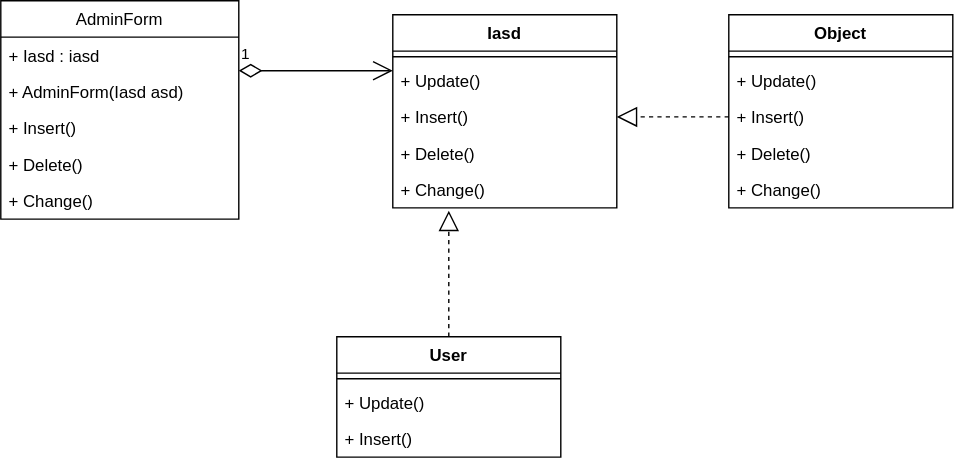
Above: BUILD/Стратегия.svg in GaussN/is_buid (draw.io), before the change. Source tidied: cells renumbered, new cells last; positions are measured from the earlier drawing's top-left corner, leaving out a move shared by most shapes.
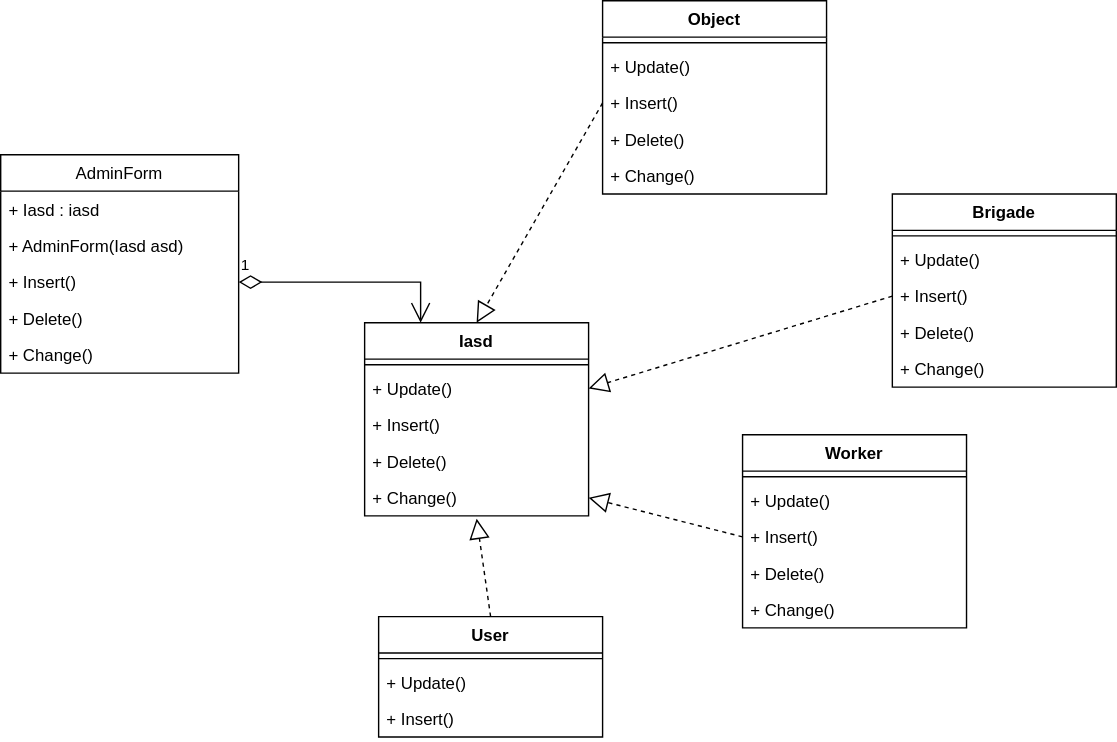
The same diagram one commit later.

Change to the diagram source:
```diff
@@ -3,7 +3,7 @@
     <mxCell id="0" />
     <mxCell id="1" parent="0" />
     <mxCell id="2" value="Iasd" style="swimlane;fontStyle=1;align=center;verticalAlign=top;horizontal=1;startSize=26;" parent="1" vertex="1">
-      <mxGeometry x="280" y="10" width="160" height="138" as="geometry" />
+      <mxGeometry x="210" y="180" width="160" height="138" as="geometry" />
     </mxCell>
     <mxCell id="3" style="line;strokeWidth=1;fillColor=none;align=left;verticalAlign=middle;spacingTop=-1;spacingLeft=3;spacingRight=3;labelPosition=right;" parent="2" vertex="1">
       <mxGeometry y="26" width="160" height="8" as="geometry" />
@@ -21,7 +21,7 @@
       <mxGeometry y="112" width="160" height="26" as="geometry" />
     </mxCell>
     <mxCell id="8" value="AdminForm" style="swimlane;fontStyle=0;horizontal=1;startSize=26;fillColor=none;" parent="1" vertex="1">
-      <mxGeometry width="170" height="156" as="geometry" />
+      <mxGeometry x="-50" y="60" width="170" height="156" as="geometry" />
     </mxCell>
     <mxCell id="9" value="+ Iasd : iasd" style="text;strokeColor=none;fillColor=none;align=left;verticalAlign=top;spacingLeft=4;spacingRight=4;overflow=hidden;" parent="8" vertex="1">
       <mxGeometry y="26" width="170" height="26" as="geometry" />
@@ -38,14 +38,11 @@
     <mxCell id="13" value="+ Change()" style="text;strokeColor=none;fillColor=none;align=left;verticalAlign=top;spacingLeft=4;spacingRight=4;overflow=hidden;" parent="8" vertex="1">
       <mxGeometry y="130" width="170" height="26" as="geometry" />
     </mxCell>
-    <mxCell id="14" value="1" style="endArrow=open;html=1;endSize=12;startArrow=diamondThin;startSize=14;startFill=0;edgeStyle=orthogonalEdgeStyle;align=left;verticalAlign=bottom;rounded=0;" parent="1" edge="1">
-      <mxGeometry x="-1" y="3" relative="1" as="geometry">
-        <mxPoint x="170" y="50" as="sourcePoint" />
-        <mxPoint x="280" y="50" as="targetPoint" />
-      </mxGeometry>
+    <mxCell id="14" value="1" style="endArrow=open;html=1;endSize=12;startArrow=diamondThin;startSize=14;startFill=0;edgeStyle=orthogonalEdgeStyle;align=left;verticalAlign=bottom;rounded=0;exitX=1;exitY=0.5;exitDx=0;exitDy=0;entryX=0.25;entryY=0;entryDx=0;entryDy=0;" parent="1" edge="1" source="11" target="2">
+      <mxGeometry x="-1" y="3" relative="1" as="geometry" />
     </mxCell>
     <mxCell id="15" value="User" style="swimlane;fontStyle=1;align=center;verticalAlign=top;horizontal=1;startSize=26;" parent="1" vertex="1">
-      <mxGeometry x="240" y="240" width="160" height="86" as="geometry" />
+      <mxGeometry x="220" y="390" width="160" height="86" as="geometry" />
     </mxCell>
     <mxCell id="16" style="line;strokeWidth=1;fillColor=none;align=left;verticalAlign=middle;spacingTop=-1;spacingLeft=3;spacingRight=3;labelPosition=right;" parent="15" vertex="1">
       <mxGeometry y="26" width="160" height="8" as="geometry" />
@@ -57,7 +54,7 @@
       <mxGeometry y="60" width="160" height="26" as="geometry" />
     </mxCell>
     <mxCell id="19" value="Object" style="swimlane;fontStyle=1;align=center;verticalAlign=top;horizontal=1;startSize=26;" parent="1" vertex="1">
-      <mxGeometry x="520" y="10" width="160" height="138" as="geometry" />
+      <mxGeometry x="380" y="-50" width="160" height="138" as="geometry" />
     </mxCell>
     <mxCell id="20" style="line;strokeWidth=1;fillColor=none;align=left;verticalAlign=middle;spacingTop=-1;spacingLeft=3;spacingRight=3;labelPosition=right;" parent="19" vertex="1">
       <mxGeometry y="26" width="160" height="8" as="geometry" />
@@ -74,13 +71,53 @@
     <mxCell id="24" value="+ Change()" style="text;strokeColor=none;fillColor=none;align=left;verticalAlign=top;spacingLeft=4;spacingRight=4;overflow=hidden;" parent="19" vertex="1">
       <mxGeometry y="112" width="160" height="26" as="geometry" />
     </mxCell>
-    <mxCell id="25" style="endArrow=block;dashed=1;endFill=0;endSize=12;html=1;rounded=0;exitX=0.5;exitY=0;exitDx=0;exitDy=0;" parent="1" edge="1" source="15">
-      <mxGeometry relative="1" as="geometry">
-        <mxPoint x="320" y="150" as="targetPoint" />
-      </mxGeometry>
+    <mxCell id="25" style="endArrow=block;dashed=1;endFill=0;endSize=12;html=1;rounded=0;exitX=0.5;exitY=0;exitDx=0;exitDy=0;entryX=0.5;entryY=1.077;entryDx=0;entryDy=0;entryPerimeter=0;" parent="1" edge="1" source="15" target="7">
+      <mxGeometry relative="1" as="geometry" />
     </mxCell>
-    <mxCell id="26" style="endArrow=block;dashed=1;endFill=0;endSize=12;html=1;rounded=0;exitX=0;exitY=0.5;exitDx=0;exitDy=0;entryX=1;entryY=0.5;entryDx=0;entryDy=0;" parent="1" edge="1" source="22" target="5">
+    <mxCell id="26" style="endArrow=block;dashed=1;endFill=0;endSize=12;html=1;rounded=0;exitX=0;exitY=0.5;exitDx=0;exitDy=0;entryX=0.5;entryY=0;entryDx=0;entryDy=0;" parent="1" edge="1" source="22" target="2">
       <mxGeometry relative="1" as="geometry" />
     </mxCell>
+    <mxCell id="27" value="Worker&#10;" style="swimlane;fontStyle=1;align=center;verticalAlign=top;horizontal=1;startSize=26;" parent="1" vertex="1">
+      <mxGeometry x="480" y="260" width="160" height="138" as="geometry" />
+    </mxCell>
+    <mxCell id="28" style="line;strokeWidth=1;fillColor=none;align=left;verticalAlign=middle;spacingTop=-1;spacingLeft=3;spacingRight=3;labelPosition=right;" parent="27" vertex="1">
+      <mxGeometry y="26" width="160" height="8" as="geometry" />
+    </mxCell>
+    <mxCell id="29" value="+ Update()" style="text;strokeColor=none;fillColor=none;align=left;verticalAlign=top;spacingLeft=4;spacingRight=4;overflow=hidden;" parent="27" vertex="1">
+      <mxGeometry y="34" width="160" height="26" as="geometry" />
+    </mxCell>
+    <mxCell id="30" value="+ Insert()" style="text;strokeColor=none;fillColor=none;align=left;verticalAlign=top;spacingLeft=4;spacingRight=4;overflow=hidden;points=[[0,0.5],[1,0.5]];portConstraint=eastwest;" parent="27" vertex="1">
+      <mxGeometry y="60" width="160" height="26" as="geometry" />
+    </mxCell>
+    <mxCell id="31" value="+ Delete()" style="text;strokeColor=none;fillColor=none;align=left;verticalAlign=top;spacingLeft=4;spacingRight=4;overflow=hidden;" parent="27" vertex="1">
+      <mxGeometry y="86" width="160" height="26" as="geometry" />
+    </mxCell>
+    <mxCell id="32" value="+ Change()" style="text;strokeColor=none;fillColor=none;align=left;verticalAlign=top;spacingLeft=4;spacingRight=4;overflow=hidden;" parent="27" vertex="1">
+      <mxGeometry y="112" width="160" height="26" as="geometry" />
+    </mxCell>
+    <mxCell id="33" value="Brigade&#10;" style="swimlane;fontStyle=1;align=center;verticalAlign=top;horizontal=1;startSize=26;" parent="1" vertex="1">
+      <mxGeometry x="587" y="88" width="160" height="138" as="geometry" />
+    </mxCell>
+    <mxCell id="34" style="line;strokeWidth=1;fillColor=none;align=left;verticalAlign=middle;spacingTop=-1;spacingLeft=3;spacingRight=3;labelPosition=right;" parent="33" vertex="1">
+      <mxGeometry y="26" width="160" height="8" as="geometry" />
+    </mxCell>
+    <mxCell id="35" value="+ Update()" style="text;strokeColor=none;fillColor=none;align=left;verticalAlign=top;spacingLeft=4;spacingRight=4;overflow=hidden;" parent="33" vertex="1">
+      <mxGeometry y="34" width="160" height="26" as="geometry" />
+    </mxCell>
+    <mxCell id="36" value="+ Insert()" style="text;strokeColor=none;fillColor=none;align=left;verticalAlign=top;spacingLeft=4;spacingRight=4;overflow=hidden;points=[[0,0.5],[1,0.5]];portConstraint=eastwest;" parent="33" vertex="1">
+      <mxGeometry y="60" width="160" height="26" as="geometry" />
+    </mxCell>
+    <mxCell id="37" value="+ Delete()" style="text;strokeColor=none;fillColor=none;align=left;verticalAlign=top;spacingLeft=4;spacingRight=4;overflow=hidden;" parent="33" vertex="1">
+      <mxGeometry y="86" width="160" height="26" as="geometry" />
+    </mxCell>
+    <mxCell id="38" value="+ Change()" style="text;strokeColor=none;fillColor=none;align=left;verticalAlign=top;spacingLeft=4;spacingRight=4;overflow=hidden;" parent="33" vertex="1">
+      <mxGeometry y="112" width="160" height="26" as="geometry" />
+    </mxCell>
+    <mxCell id="39" style="endArrow=block;dashed=1;endFill=0;endSize=12;html=1;rounded=0;exitX=0;exitY=0.5;exitDx=0;exitDy=0;entryX=1;entryY=0.5;entryDx=0;entryDy=0;" parent="1" edge="1" source="30" target="7">
+      <mxGeometry relative="1" as="geometry" />
+    </mxCell>
+    <mxCell id="40" style="endArrow=block;dashed=1;endFill=0;endSize=12;html=1;rounded=0;entryX=1;entryY=0.5;entryDx=0;entryDy=0;exitX=0;exitY=0.5;exitDx=0;exitDy=0;" parent="1" edge="1" source="36" target="4">
+      <mxGeometry relative="1" as="geometry" />
+    </mxCell>
   </root>
 </mxGraphModel>
```
